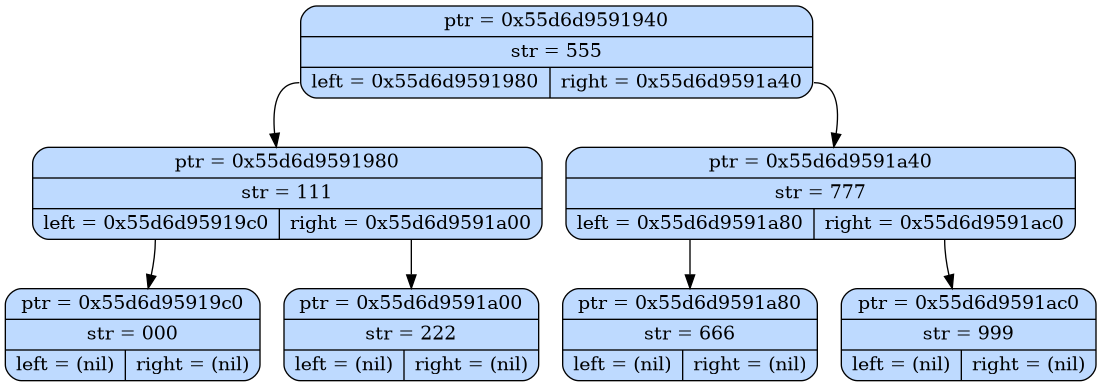
This is tree.png from Vodyanoy-Q/Akinator, a Graphviz export, as it was before one commit. Its source is kept beside it as tree.dot. The source it was exported from:
```dot
digraph {
    node0x55d6d9591940 [shape = "Mrecord",  label=" {ptr = 0x55d6d9591940 | str = 555 | {<f0> left = 0x55d6d9591980 | <f1> right = 0x55d6d9591a40}} ", style="filled", fillcolor="#BEDAFF"]
    node0x55d6d9591940:<f0> -> node0x55d6d9591980
    node0x55d6d9591940:<f1> -> node0x55d6d9591a40

    node0x55d6d9591980 [shape = "Mrecord",  label=" {ptr = 0x55d6d9591980 | str = 111 | {<f0> left = 0x55d6d95919c0 | <f1> right = 0x55d6d9591a00}} ", style="filled", fillcolor="#BEDAFF"]
    node0x55d6d9591980:<f0> -> node0x55d6d95919c0
    node0x55d6d9591980:<f1> -> node0x55d6d9591a00

    node0x55d6d95919c0 [shape = "Mrecord",  label=" {ptr = 0x55d6d95919c0 | str = 000 | {<f0> left = (nil) | <f1> right = (nil)}} ", style="filled", fillcolor="#BEDAFF"]

    node0x55d6d9591a00 [shape = "Mrecord",  label=" {ptr = 0x55d6d9591a00 | str = 222 | {<f0> left = (nil) | <f1> right = (nil)}} ", style="filled", fillcolor="#BEDAFF"]

    node0x55d6d9591a40 [shape = "Mrecord",  label=" {ptr = 0x55d6d9591a40 | str = 777 | {<f0> left = 0x55d6d9591a80 | <f1> right = 0x55d6d9591ac0}} ", style="filled", fillcolor="#BEDAFF"]
    node0x55d6d9591a40:<f0> -> node0x55d6d9591a80
    node0x55d6d9591a40:<f1> -> node0x55d6d9591ac0

    node0x55d6d9591a80 [shape = "Mrecord",  label=" {ptr = 0x55d6d9591a80 | str = 666 | {<f0> left = (nil) | <f1> right = (nil)}} ", style="filled", fillcolor="#BEDAFF"]

    node0x55d6d9591ac0 [shape = "Mrecord",  label=" {ptr = 0x55d6d9591ac0 | str = 999 | {<f0> left = (nil) | <f1> right = (nil)}} ", style="filled", fillcolor="#BEDAFF"]

}
```
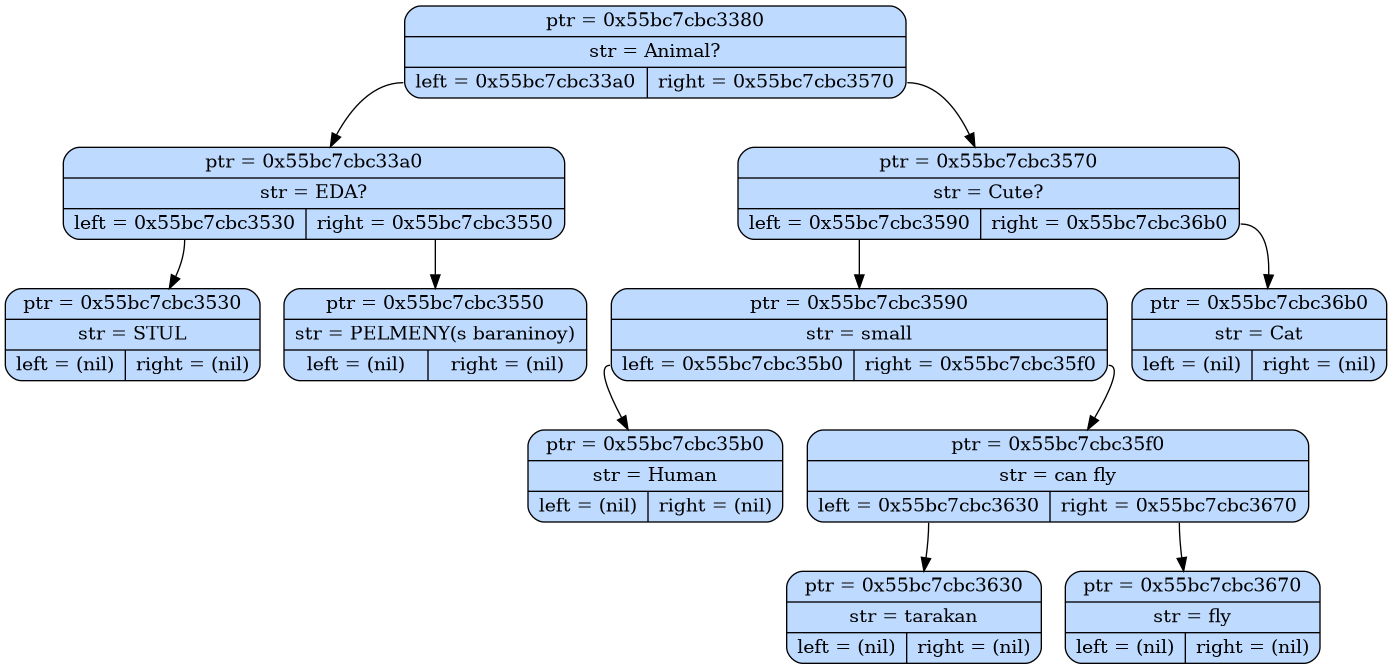
Above is the later version.

The edit, as a diff of the source:
```diff
@@ -1,22 +1,34 @@
 digraph {
-    node0x55d6d9591940 [shape = "Mrecord",  label=" {ptr = 0x55d6d9591940 | str = 555 | {<f0> left = 0x55d6d9591980 | <f1> right = 0x55d6d9591a40}} ", style="filled", fillcolor="#BEDAFF"]
-    node0x55d6d9591940:<f0> -> node0x55d6d9591980
-    node0x55d6d9591940:<f1> -> node0x55d6d9591a40
+    node0x55bc7cbc3380 [shape = "Mrecord",  label=" {ptr = 0x55bc7cbc3380 | str = Animal? | {<f0> left = 0x55bc7cbc33a0 | <f1> right = 0x55bc7cbc3570}} ", style="filled", fillcolor="#BEDAFF"]
+    node0x55bc7cbc3380:<f0> -> node0x55bc7cbc33a0
+    node0x55bc7cbc3380:<f1> -> node0x55bc7cbc3570
 
-    node0x55d6d9591980 [shape = "Mrecord",  label=" {ptr = 0x55d6d9591980 | str = 111 | {<f0> left = 0x55d6d95919c0 | <f1> right = 0x55d6d9591a00}} ", style="filled", fillcolor="#BEDAFF"]
-    node0x55d6d9591980:<f0> -> node0x55d6d95919c0
-    node0x55d6d9591980:<f1> -> node0x55d6d9591a00
+    node0x55bc7cbc33a0 [shape = "Mrecord",  label=" {ptr = 0x55bc7cbc33a0 | str = EDA? | {<f0> left = 0x55bc7cbc3530 | <f1> right = 0x55bc7cbc3550}} ", style="filled", fillcolor="#BEDAFF"]
+    node0x55bc7cbc33a0:<f0> -> node0x55bc7cbc3530
+    node0x55bc7cbc33a0:<f1> -> node0x55bc7cbc3550
 
-    node0x55d6d95919c0 [shape = "Mrecord",  label=" {ptr = 0x55d6d95919c0 | str = 000 | {<f0> left = (nil) | <f1> right = (nil)}} ", style="filled", fillcolor="#BEDAFF"]
+    node0x55bc7cbc3530 [shape = "Mrecord",  label=" {ptr = 0x55bc7cbc3530 | str = STUL | {<f0> left = (nil) | <f1> right = (nil)}} ", style="filled", fillcolor="#BEDAFF"]
 
-    node0x55d6d9591a00 [shape = "Mrecord",  label=" {ptr = 0x55d6d9591a00 | str = 222 | {<f0> left = (nil) | <f1> right = (nil)}} ", style="filled", fillcolor="#BEDAFF"]
+    node0x55bc7cbc3550 [shape = "Mrecord",  label=" {ptr = 0x55bc7cbc3550 | str = PELMENY(s baraninoy) | {<f0> left = (nil) | <f1> right = (nil)}} ", style="filled", fillcolor="#BEDAFF"]
 
-    node0x55d6d9591a40 [shape = "Mrecord",  label=" {ptr = 0x55d6d9591a40 | str = 777 | {<f0> left = 0x55d6d9591a80 | <f1> right = 0x55d6d9591ac0}} ", style="filled", fillcolor="#BEDAFF"]
-    node0x55d6d9591a40:<f0> -> node0x55d6d9591a80
-    node0x55d6d9591a40:<f1> -> node0x55d6d9591ac0
+    node0x55bc7cbc3570 [shape = "Mrecord",  label=" {ptr = 0x55bc7cbc3570 | str = Cute? | {<f0> left = 0x55bc7cbc3590 | <f1> right = 0x55bc7cbc36b0}} ", style="filled", fillcolor="#BEDAFF"]
+    node0x55bc7cbc3570:<f0> -> node0x55bc7cbc3590
+    node0x55bc7cbc3570:<f1> -> node0x55bc7cbc36b0
 
-    node0x55d6d9591a80 [shape = "Mrecord",  label=" {ptr = 0x55d6d9591a80 | str = 666 | {<f0> left = (nil) | <f1> right = (nil)}} ", style="filled", fillcolor="#BEDAFF"]
+    node0x55bc7cbc3590 [shape = "Mrecord",  label=" {ptr = 0x55bc7cbc3590 | str = small | {<f0> left = 0x55bc7cbc35b0 | <f1> right = 0x55bc7cbc35f0}} ", style="filled", fillcolor="#BEDAFF"]
+    node0x55bc7cbc3590:<f0> -> node0x55bc7cbc35b0
+    node0x55bc7cbc3590:<f1> -> node0x55bc7cbc35f0
 
-    node0x55d6d9591ac0 [shape = "Mrecord",  label=" {ptr = 0x55d6d9591ac0 | str = 999 | {<f0> left = (nil) | <f1> right = (nil)}} ", style="filled", fillcolor="#BEDAFF"]
+    node0x55bc7cbc35b0 [shape = "Mrecord",  label=" {ptr = 0x55bc7cbc35b0 | str = Human | {<f0> left = (nil) | <f1> right = (nil)}} ", style="filled", fillcolor="#BEDAFF"]
+
+    node0x55bc7cbc35f0 [shape = "Mrecord",  label=" {ptr = 0x55bc7cbc35f0 | str = can fly | {<f0> left = 0x55bc7cbc3630 | <f1> right = 0x55bc7cbc3670}} ", style="filled", fillcolor="#BEDAFF"]
+    node0x55bc7cbc35f0:<f0> -> node0x55bc7cbc3630
+    node0x55bc7cbc35f0:<f1> -> node0x55bc7cbc3670
+
+    node0x55bc7cbc3630 [shape = "Mrecord",  label=" {ptr = 0x55bc7cbc3630 | str = tarakan | {<f0> left = (nil) | <f1> right = (nil)}} ", style="filled", fillcolor="#BEDAFF"]
+
+    node0x55bc7cbc3670 [shape = "Mrecord",  label=" {ptr = 0x55bc7cbc3670 | str = fly | {<f0> left = (nil) | <f1> right = (nil)}} ", style="filled", fillcolor="#BEDAFF"]
+
+    node0x55bc7cbc36b0 [shape = "Mrecord",  label=" {ptr = 0x55bc7cbc36b0 | str = Cat | {<f0> left = (nil) | <f1> right = (nil)}} ", style="filled", fillcolor="#BEDAFF"]
 
 }
```
